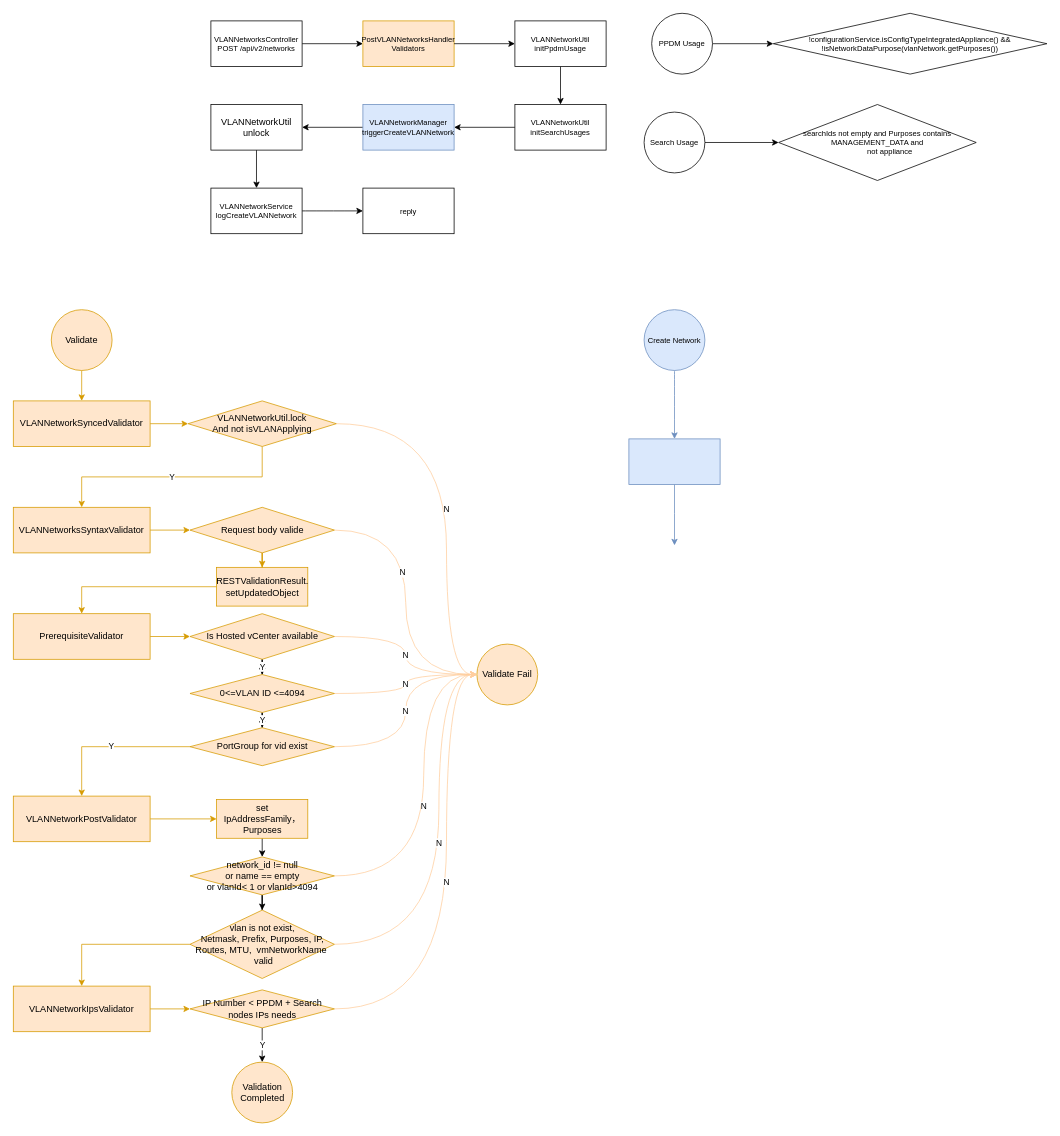
This is page "Create" (1 of 2) of st/network.drawio from gaivin/drawio, a draw.io file, before an edit. Source tidied: cells renumbered, new cells numbered last; positions are measured from the earlier drawing's top-left corner, leaving out a move shared by most shapes. Both pictures are drawn from the tidied source at 76%, with x=0, y=0 at pixel (13, 13).
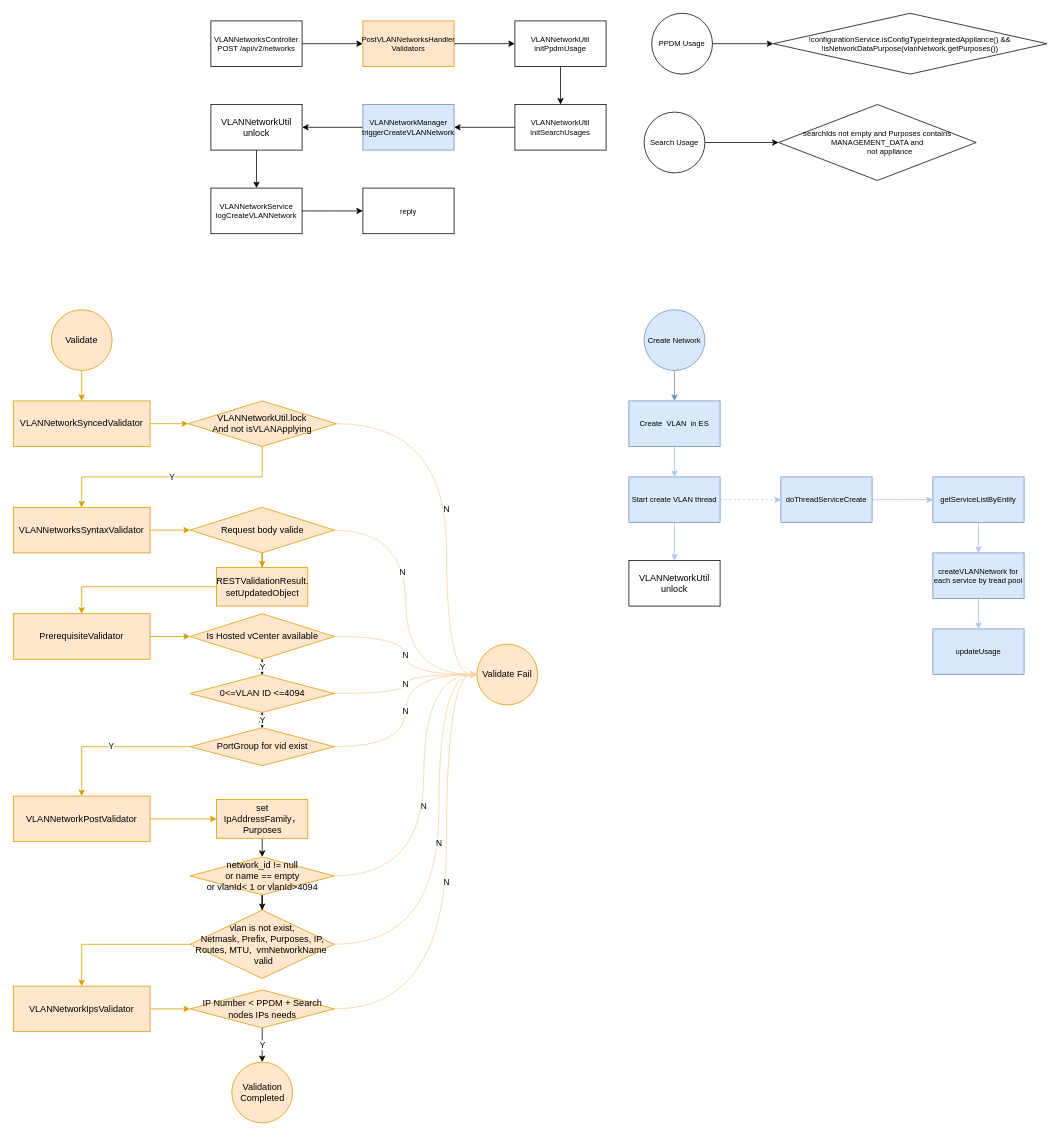
The same page after the edit.

Diff of the diagram source:
```diff
@@
-    <mxCell id="68" style="edgeStyle=orthogonalEdgeStyle;curved=1;rounded=0;jettySize=auto;html=1;fontSize=10;strokeColor=#6c8ebf;fillColor=#dae8fc;" parent="1" edge="1" source="69">
-      <mxGeometry relative="1" as="geometry">
-        <mxPoint x="870" y="700" as="targetPoint" />
-      </mxGeometry>
-    </mxCell>
+    <mxCell id="70" style="edgeStyle=orthogonalEdgeStyle;curved=1;rounded=0;jettySize=auto;html=1;fontSize=10;strokeColor=#A9C4EB;" parent="1" edge="1" source="69" target="73">
+      <mxGeometry relative="1" as="geometry" />
+    </mxCell>
-    <mxCell id="69" style="whiteSpace=wrap;html=1;fontSize=10;fillColor=#dae8fc;strokeColor=#6c8ebf;" parent="1" vertex="1">
-      <mxGeometry x="810" y="560" width="120" height="60" as="geometry" />
+    <mxCell id="69" value="Create&amp;nbsp; VLAN&amp;nbsp; in ES" style="whiteSpace=wrap;html=1;fontSize=10;fillColor=#dae8fc;strokeColor=#6c8ebf;" parent="1" vertex="1">
+      <mxGeometry x="810" y="510" width="120" height="60" as="geometry" />
     </mxCell>
+    <mxCell id="71" style="edgeStyle=orthogonalEdgeStyle;curved=1;rounded=0;jettySize=auto;html=1;fontSize=10;strokeColor=#A9C4EB;" parent="1" edge="1" source="73" target="74">
+      <mxGeometry relative="1" as="geometry" />
+    </mxCell>
+    <mxCell id="72" style="edgeStyle=orthogonalEdgeStyle;curved=1;rounded=0;jettySize=auto;html=1;fontSize=10;strokeColor=#A9C4EB;dashed=1;" parent="1" edge="1" source="73" target="76">
+      <mxGeometry relative="1" as="geometry" />
+    </mxCell>
+    <mxCell id="73" value="Start create VLAN thread" style="whiteSpace=wrap;html=1;fontSize=10;fillColor=#dae8fc;strokeColor=#6c8ebf;" parent="1" vertex="1">
+      <mxGeometry x="810" y="610" width="120" height="60" as="geometry" />
+    </mxCell>
+    <mxCell id="74" value="&lt;span style=&quot;font-size: 12px&quot;&gt;VLANNetworkUtil&lt;/span&gt;&lt;br style=&quot;font-size: 12px&quot;&gt;&lt;span style=&quot;font-size: 12px&quot;&gt;unlock&lt;/span&gt;" style="whiteSpace=wrap;html=1;fontSize=10;" parent="1" vertex="1">
+      <mxGeometry x="810" y="720" width="120" height="60" as="geometry" />
+    </mxCell>
+    <mxCell id="75" style="edgeStyle=orthogonalEdgeStyle;curved=1;rounded=0;jettySize=auto;html=1;fontSize=10;strokeColor=#A9C4EB;" parent="1" edge="1" source="76" target="78">
+      <mxGeometry relative="1" as="geometry" />
+    </mxCell>
+    <mxCell id="76" value="doThreadServiceCreate" style="whiteSpace=wrap;html=1;fontSize=10;fillColor=#dae8fc;strokeColor=#6c8ebf;" parent="1" vertex="1">
+      <mxGeometry x="1010" y="610" width="120" height="60" as="geometry" />
+    </mxCell>
+    <mxCell id="77" style="edgeStyle=orthogonalEdgeStyle;curved=1;rounded=0;jettySize=auto;html=1;fontSize=10;strokeColor=#A9C4EB;" parent="1" edge="1" source="78" target="80">
+      <mxGeometry relative="1" as="geometry" />
+    </mxCell>
+    <mxCell id="78" value="getServiceListByEntity" style="whiteSpace=wrap;html=1;fontSize=10;fillColor=#dae8fc;strokeColor=#6c8ebf;" parent="1" vertex="1">
+      <mxGeometry x="1210" y="610" width="120" height="60" as="geometry" />
+    </mxCell>
+    <mxCell id="79" style="edgeStyle=orthogonalEdgeStyle;curved=1;rounded=0;jettySize=auto;html=1;fontSize=10;strokeColor=#A9C4EB;" parent="1" edge="1" source="80" target="81">
+      <mxGeometry relative="1" as="geometry" />
+    </mxCell>
+    <mxCell id="80" value="createVLANNetwork for each service by tread pool" style="whiteSpace=wrap;html=1;fontSize=10;fillColor=#dae8fc;strokeColor=#6c8ebf;" parent="1" vertex="1">
+      <mxGeometry x="1210" y="710" width="120" height="60" as="geometry" />
+    </mxCell>
+    <mxCell id="81" value="updateUsage" style="whiteSpace=wrap;html=1;fontSize=10;fillColor=#dae8fc;strokeColor=#6c8ebf;" parent="1" vertex="1">
+      <mxGeometry x="1210" y="810" width="120" height="60" as="geometry" />
+    </mxCell>
```
